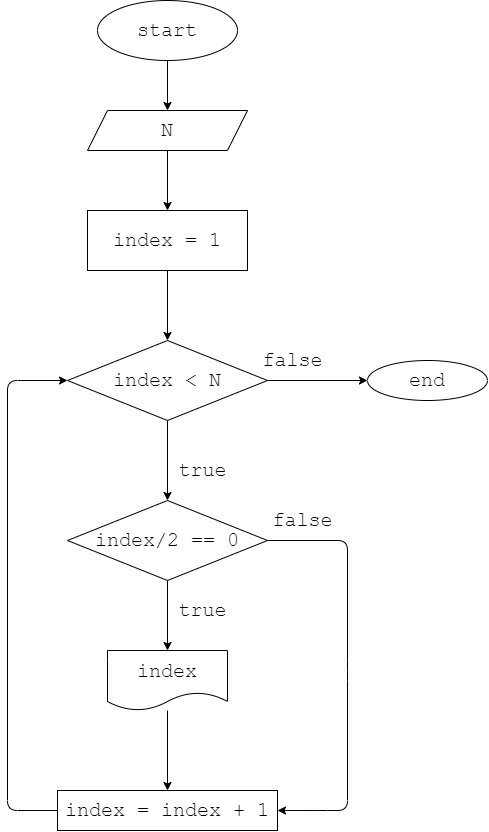
Above: Exp04/diagram3.drawio.png in BKristinaA/HomeWork_01 (draw.io), before the change. Source tidied: cells renumbered, new cells last; positions are measured from the earlier drawing's top-left corner, leaving out a move shared by most shapes.
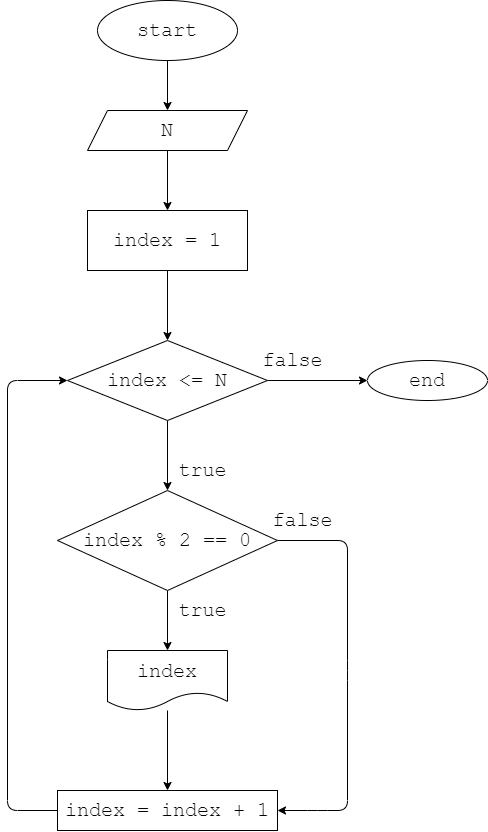
After the commit.

What changed in the source:
```diff
@@ -16,19 +16,19 @@
     <mxCell id="5" value="N" style="shape=parallelogram;perimeter=parallelogramPerimeter;whiteSpace=wrap;html=1;fixedSize=1;fontFamily=Courier New;fontSize=20;" parent="1" vertex="1">
       <mxGeometry x="80" y="110" width="160" height="40" as="geometry" />
     </mxCell>
-    <mxCell id="6" style="edgeStyle=none;html=1;fontFamily=Courier New;fontSize=20;" parent="1" edge="1" source="7" target="10">
+    <mxCell id="6" style="edgeStyle=none;html=1;entryX=0.5;entryY=0;entryDx=0;entryDy=0;fontFamily=Courier New;fontSize=20;" parent="1" edge="1" source="7" target="10">
       <mxGeometry relative="1" as="geometry" />
     </mxCell>
     <mxCell id="7" value="index = 1" style="rounded=0;whiteSpace=wrap;html=1;fontFamily=Courier New;fontSize=20;" parent="1" vertex="1">
       <mxGeometry x="80" y="210" width="160" height="60" as="geometry" />
     </mxCell>
+    <mxCell id="9" style="edgeStyle=none;html=1;fontFamily=Courier New;fontSize=20;" parent="1" edge="1" source="10" target="16">
+      <mxGeometry relative="1" as="geometry" />
+    </mxCell>
-    <mxCell id="8" style="edgeStyle=none;html=1;fontFamily=Courier New;fontSize=20;" parent="1" edge="1" source="10" target="13">
+    <mxCell id="8" style="edgeStyle=none;html=1;entryX=0.5;entryY=0;entryDx=0;entryDy=0;fontFamily=Courier New;fontSize=20;" parent="1" edge="1" source="10" target="13">
       <mxGeometry relative="1" as="geometry" />
     </mxCell>
-    <mxCell id="9" style="edgeStyle=none;html=1;fontFamily=Courier New;fontSize=20;" parent="1" edge="1" source="10" target="16">
-      <mxGeometry relative="1" as="geometry" />
-    </mxCell>
-    <mxCell id="10" value="index &amp;lt; N" style="rhombus;whiteSpace=wrap;html=1;fontFamily=Courier New;fontSize=20;" parent="1" vertex="1">
+    <mxCell id="10" value="index &amp;lt;= N" style="rhombus;whiteSpace=wrap;html=1;fontFamily=Courier New;fontSize=20;" parent="1" vertex="1">
       <mxGeometry x="60" y="340" width="200" height="80" as="geometry" />
     </mxCell>
     <mxCell id="11" style="edgeStyle=none;html=1;fontFamily=Courier New;fontSize=20;" parent="1" edge="1" source="13" target="15">
@@ -44,8 +44,8 @@
         </Array>
       </mxGeometry>
     </mxCell>
-    <mxCell id="13" value="index/2 == 0" style="rhombus;whiteSpace=wrap;html=1;fontFamily=Courier New;fontSize=20;" parent="1" vertex="1">
-      <mxGeometry x="60" y="500" width="200" height="80" as="geometry" />
+    <mxCell id="13" value="index % 2 == 0" style="rhombus;whiteSpace=wrap;html=1;fontFamily=Courier New;fontSize=20;" parent="1" vertex="1">
+      <mxGeometry x="50" y="490" width="220" height="100" as="geometry" />
     </mxCell>
     <mxCell id="14" style="edgeStyle=none;html=1;entryX=0.5;entryY=0;entryDx=0;entryDy=0;fontFamily=Courier New;fontSize=20;" parent="1" edge="1" source="15" target="21">
       <mxGeometry relative="1" as="geometry" />
```
